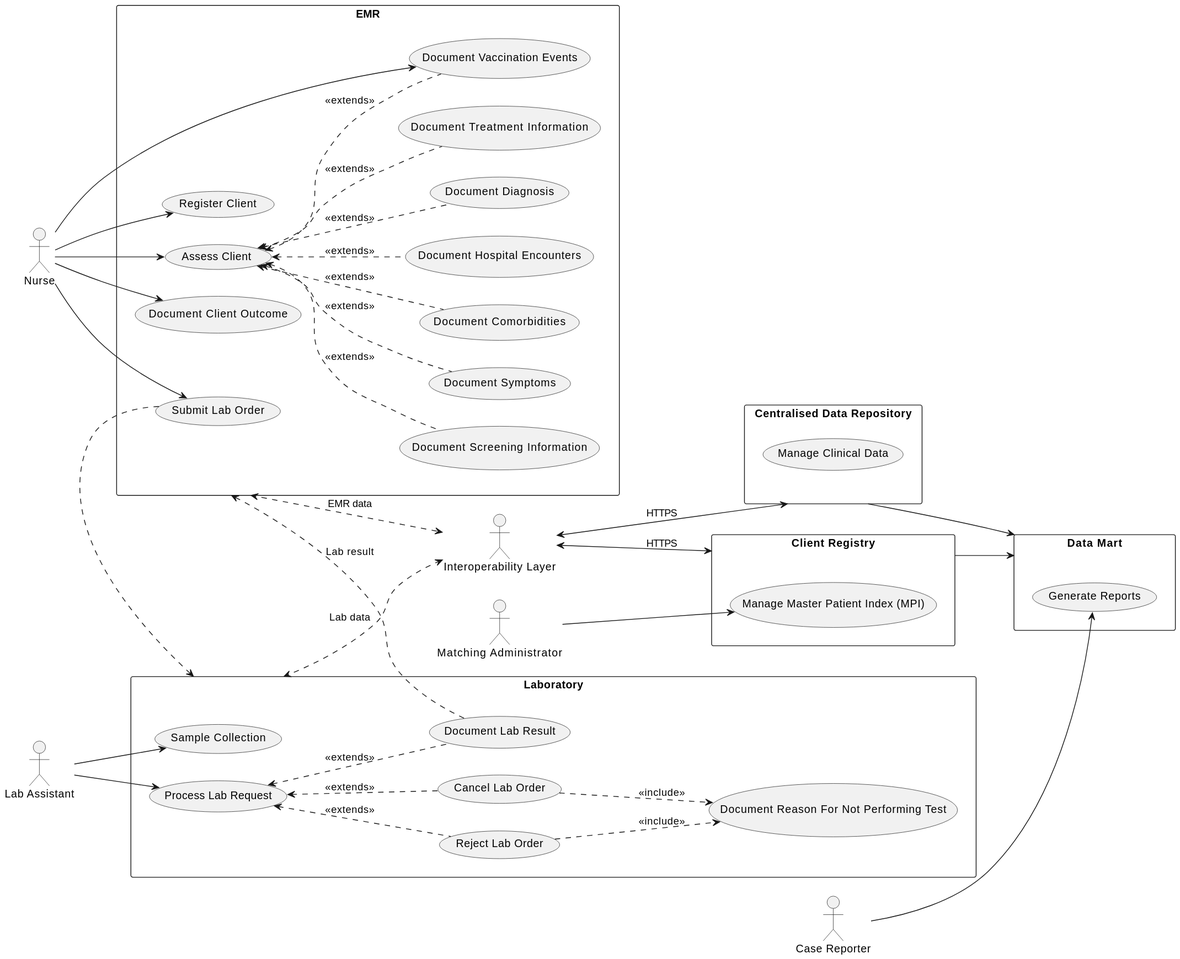
Above: input/includes/UseCaseDiagram.svg in openhie/covid19-casereporting (PlantUML), before the change.
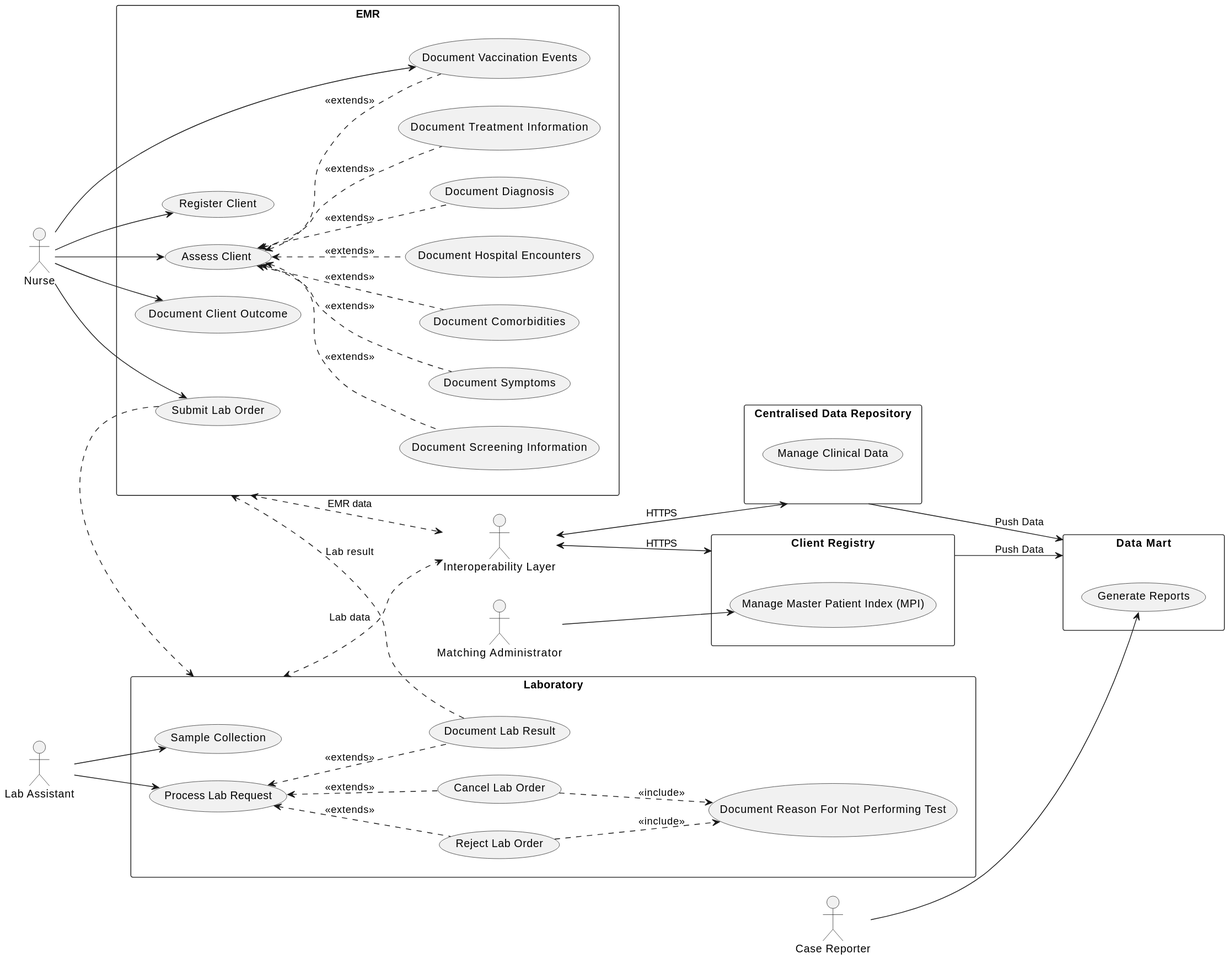
Above is the later version.

Diff of the diagram source:
```diff
@@ -82,7 +82,7 @@
 
 caseReporter --> UC22
 
-cdr --> dm
-cr --> dm
+cdr --> dm : "Push Data"
+cr --> dm : "Push Data"
 
 @enduml
```
